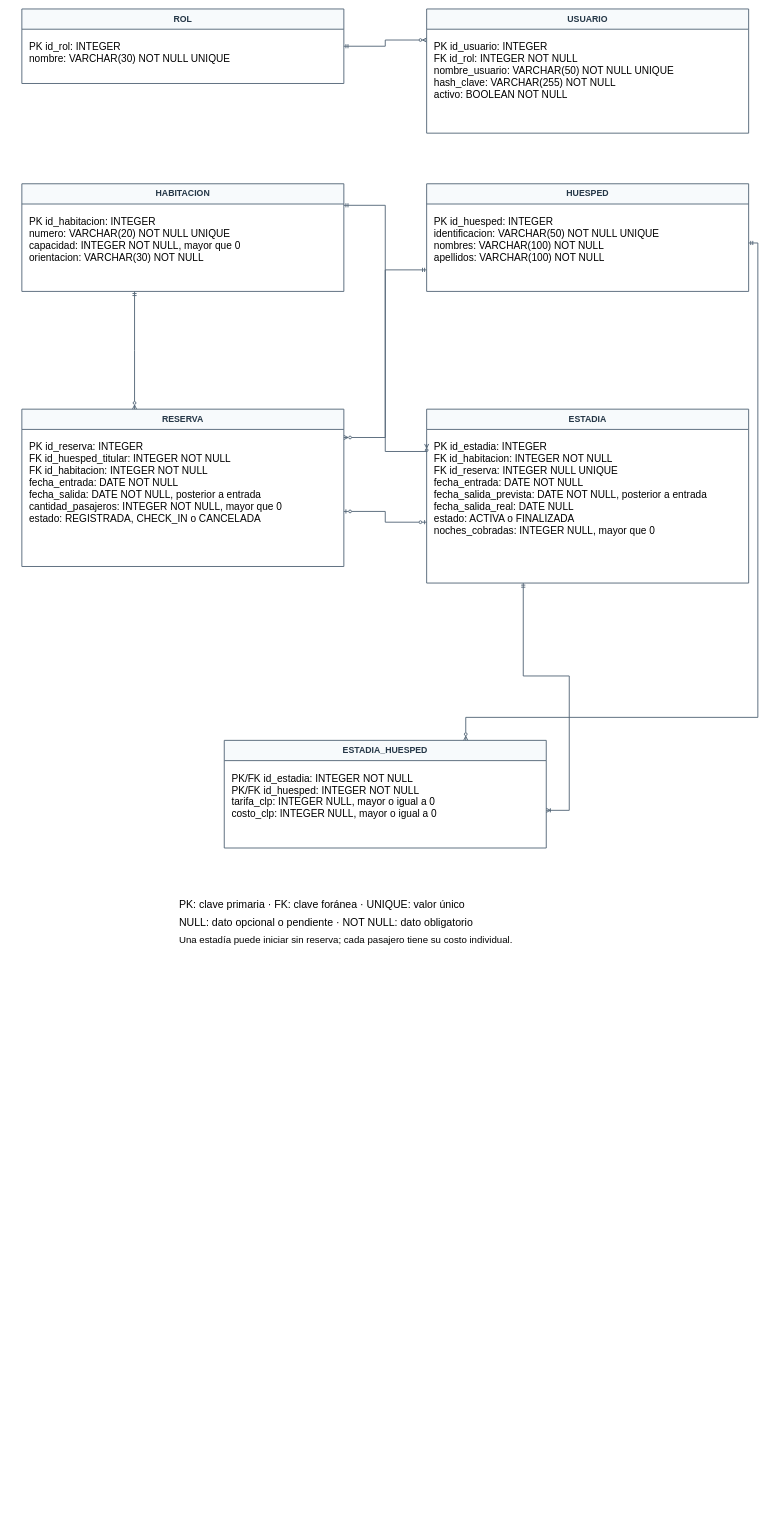
Earlier version of the draw.io diagram diagramas-editables/modelo-de-datos.drawio (Yutre3/hotel-duerme-bien). Source tidied: cells renumbered, new cells numbered last; positions are measured from the earlier drawing's top-left corner, leaving out a move shared by most shapes. Both pictures are drawn from the tidied source at 46%, with x=0, y=0 at pixel (22, 9).
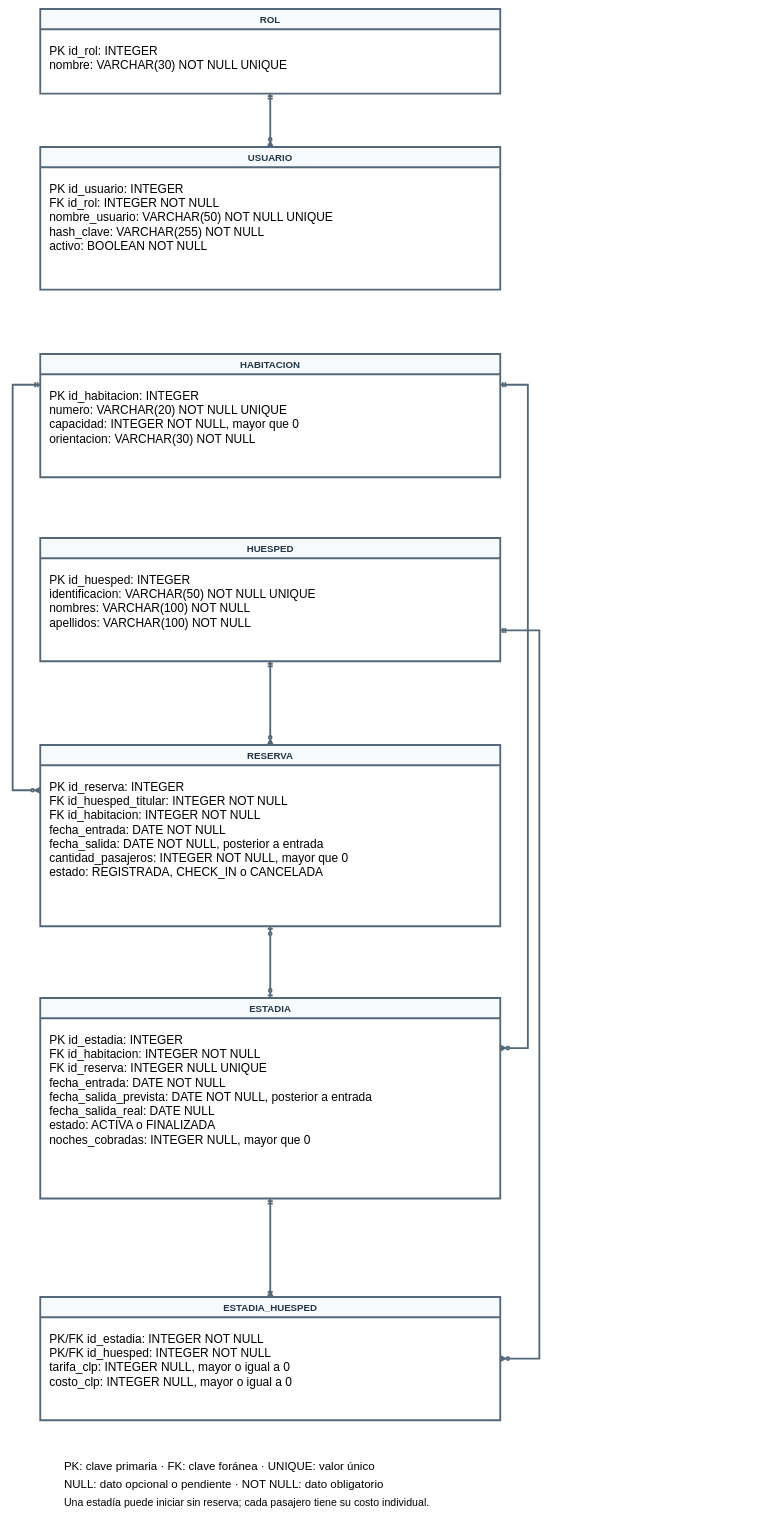
The same page after the edit.

Diff of the diagram source:
```diff
@@
-    <mxCell id="2" value="ROL" style="shape=swimlane;startSize=44;horizontal=1;html=0;whiteSpace=wrap;strokeColor=#546778;strokeWidth=2;fillColor=#f7fafc;fontColor=#253747;fontSize=19;fontStyle=1;" parent="1" vertex="1">
-      <mxGeometry width="700" height="162" as="geometry" />
+    <mxCell id="2" value="ROL" style="shape=swimlane;startSize=44;horizontal=1;html=0;whiteSpace=wrap;strokeColor=#546778;strokeWidth=4;fillColor=#f7fafc;fontColor=#253747;fontSize=21;fontStyle=1;" parent="1" vertex="1">
+      <mxGeometry x="40" width="1000" height="184" as="geometry" />
     </mxCell>
-    <mxCell id="3" value="PK id_rol: INTEGER&#10;nombre: VARCHAR(30) NOT NULL UNIQUE" style="text;html=0;strokeColor=none;fillColor=none;align=left;verticalAlign=top;spacingLeft=14;fontSize=22;" parent="2" vertex="1">
-      <mxGeometry y="62" width="700" height="72" as="geometry" />
+    <mxCell id="3" value="PK id_rol: INTEGER&#10;nombre: VARCHAR(30) NOT NULL UNIQUE" style="text;html=0;strokeColor=none;fillColor=none;align=left;verticalAlign=top;spacingLeft=18;fontSize=26;" parent="2" vertex="1">
+      <mxGeometry y="68" width="1000" height="84" as="geometry" />
     </mxCell>
-    <mxCell id="4" value="USUARIO" style="shape=swimlane;startSize=44;horizontal=1;html=0;whiteSpace=wrap;strokeColor=#546778;strokeWidth=2;fillColor=#f7fafc;fontColor=#253747;fontSize=19;fontStyle=1;" parent="1" vertex="1">
-      <mxGeometry x="880" width="700" height="270" as="geometry" />
+    <mxCell id="4" value="USUARIO" style="shape=swimlane;startSize=44;horizontal=1;html=0;whiteSpace=wrap;strokeColor=#546778;strokeWidth=4;fillColor=#f7fafc;fontColor=#253747;fontSize=21;fontStyle=1;" parent="1" vertex="1">
+      <mxGeometry x="40" y="300" width="1000" height="310" as="geometry" />
     </mxCell>
-    <mxCell id="5" value="PK id_usuario: INTEGER&#10;FK id_rol: INTEGER NOT NULL&#10;nombre_usuario: VARCHAR(50) NOT NULL UNIQUE&#10;hash_clave: VARCHAR(255) NOT NULL&#10;activo: BOOLEAN NOT NULL" style="text;html=0;strokeColor=none;fillColor=none;align=left;verticalAlign=top;spacingLeft=14;fontSize=22;" parent="4" vertex="1">
-      <mxGeometry y="62" width="700" height="180" as="geometry" />
+    <mxCell id="5" value="PK id_usuario: INTEGER&#10;FK id_rol: INTEGER NOT NULL&#10;nombre_usuario: VARCHAR(50) NOT NULL UNIQUE&#10;hash_clave: VARCHAR(255) NOT NULL&#10;activo: BOOLEAN NOT NULL" style="text;html=0;strokeColor=none;fillColor=none;align=left;verticalAlign=top;spacingLeft=18;fontSize=26;" parent="4" vertex="1">
+      <mxGeometry y="68" width="1000" height="210" as="geometry" />
     </mxCell>
-    <mxCell id="6" value="HABITACION" style="shape=swimlane;startSize=44;horizontal=1;html=0;whiteSpace=wrap;strokeColor=#546778;strokeWidth=2;fillColor=#f7fafc;fontColor=#253747;fontSize=19;fontStyle=1;" parent="1" vertex="1">
-      <mxGeometry y="380" width="700" height="234" as="geometry" />
+    <mxCell id="6" value="HABITACION" style="shape=swimlane;startSize=44;horizontal=1;html=0;whiteSpace=wrap;strokeColor=#546778;strokeWidth=4;fillColor=#f7fafc;fontColor=#253747;fontSize=21;fontStyle=1;" parent="1" vertex="1">
+      <mxGeometry x="40" y="750" width="1000" height="268" as="geometry" />
     </mxCell>
-    <mxCell id="7" value="PK id_habitacion: INTEGER&#10;numero: VARCHAR(20) NOT NULL UNIQUE&#10;capacidad: INTEGER NOT NULL, mayor que 0&#10;orientacion: VARCHAR(30) NOT NULL" style="text;html=0;strokeColor=none;fillColor=none;align=left;verticalAlign=top;spacingLeft=14;fontSize=22;" parent="6" vertex="1">
-      <mxGeometry y="62" width="700" height="144" as="geometry" />
+    <mxCell id="7" value="PK id_habitacion: INTEGER&#10;numero: VARCHAR(20) NOT NULL UNIQUE&#10;capacidad: INTEGER NOT NULL, mayor que 0&#10;orientacion: VARCHAR(30) NOT NULL" style="text;html=0;strokeColor=none;fillColor=none;align=left;verticalAlign=top;spacingLeft=18;fontSize=26;" parent="6" vertex="1">
+      <mxGeometry y="68" width="1000" height="168" as="geometry" />
     </mxCell>
-    <mxCell id="8" value="HUESPED" style="shape=swimlane;startSize=44;horizontal=1;html=0;whiteSpace=wrap;strokeColor=#546778;strokeWidth=2;fillColor=#f7fafc;fontColor=#253747;fontSize=19;fontStyle=1;" parent="1" vertex="1">
-      <mxGeometry x="880" y="380" width="700" height="234" as="geometry" />
+    <mxCell id="8" value="HUESPED" style="shape=swimlane;startSize=44;horizontal=1;html=0;whiteSpace=wrap;strokeColor=#546778;strokeWidth=4;fillColor=#f7fafc;fontColor=#253747;fontSize=21;fontStyle=1;" parent="1" vertex="1">
+      <mxGeometry x="40" y="1150" width="1000" height="268" as="geometry" />
     </mxCell>
-    <mxCell id="9" value="PK id_huesped: INTEGER&#10;identificacion: VARCHAR(50) NOT NULL UNIQUE&#10;nombres: VARCHAR(100) NOT NULL&#10;apellidos: VARCHAR(100) NOT NULL" style="text;html=0;strokeColor=none;fillColor=none;align=left;verticalAlign=top;spacingLeft=14;fontSize=22;" parent="8" vertex="1">
-      <mxGeometry y="62" width="700" height="144" as="geometry" />
+    <mxCell id="9" value="PK id_huesped: INTEGER&#10;identificacion: VARCHAR(50) NOT NULL UNIQUE&#10;nombres: VARCHAR(100) NOT NULL&#10;apellidos: VARCHAR(100) NOT NULL" style="text;html=0;strokeColor=none;fillColor=none;align=left;verticalAlign=top;spacingLeft=18;fontSize=26;" parent="8" vertex="1">
+      <mxGeometry y="68" width="1000" height="168" as="geometry" />
     </mxCell>
-    <mxCell id="10" value="RESERVA" style="shape=swimlane;startSize=44;horizontal=1;html=0;whiteSpace=wrap;strokeColor=#546778;strokeWidth=2;fillColor=#f7fafc;fontColor=#253747;fontSize=19;fontStyle=1;" parent="1" vertex="1">
-      <mxGeometry y="870" width="700" height="342" as="geometry" />
+    <mxCell id="10" value="RESERVA" style="shape=swimlane;startSize=44;horizontal=1;html=0;whiteSpace=wrap;strokeColor=#546778;strokeWidth=4;fillColor=#f7fafc;fontColor=#253747;fontSize=21;fontStyle=1;" parent="1" vertex="1">
+      <mxGeometry x="40" y="1600" width="1000" height="394" as="geometry" />
     </mxCell>
-    <mxCell id="11" value="PK id_reserva: INTEGER&#10;FK id_huesped_titular: INTEGER NOT NULL&#10;FK id_habitacion: INTEGER NOT NULL&#10;fecha_entrada: DATE NOT NULL&#10;fecha_salida: DATE NOT NULL, posterior a entrada&#10;cantidad_pasajeros: INTEGER NOT NULL, mayor que 0&#10;estado: REGISTRADA, CHECK_IN o CANCELADA" style="text;html=0;strokeColor=none;fillColor=none;align=left;verticalAlign=top;spacingLeft=14;fontSize=22;" parent="10" vertex="1">
-      <mxGeometry y="62" width="700" height="252" as="geometry" />
+    <mxCell id="11" value="PK id_reserva: INTEGER&#10;FK id_huesped_titular: INTEGER NOT NULL&#10;FK id_habitacion: INTEGER NOT NULL&#10;fecha_entrada: DATE NOT NULL&#10;fecha_salida: DATE NOT NULL, posterior a entrada&#10;cantidad_pasajeros: INTEGER NOT NULL, mayor que 0&#10;estado: REGISTRADA, CHECK_IN o CANCELADA" style="text;html=0;strokeColor=none;fillColor=none;align=left;verticalAlign=top;spacingLeft=18;fontSize=26;" parent="10" vertex="1">
+      <mxGeometry y="68" width="1000" height="294" as="geometry" />
     </mxCell>
-    <mxCell id="12" value="ESTADIA" style="shape=swimlane;startSize=44;horizontal=1;html=0;whiteSpace=wrap;strokeColor=#546778;strokeWidth=2;fillColor=#f7fafc;fontColor=#253747;fontSize=19;fontStyle=1;" parent="1" vertex="1">
-      <mxGeometry x="880" y="870" width="700" height="378" as="geometry" />
+    <mxCell id="12" value="ESTADIA" style="shape=swimlane;startSize=44;horizontal=1;html=0;whiteSpace=wrap;strokeColor=#546778;strokeWidth=4;fillColor=#f7fafc;fontColor=#253747;fontSize=21;fontStyle=1;" parent="1" vertex="1">
+      <mxGeometry x="40" y="2150" width="1000" height="436" as="geometry" />
     </mxCell>
-    <mxCell id="13" value="PK id_estadia: INTEGER&#10;FK id_habitacion: INTEGER NOT NULL&#10;FK id_reserva: INTEGER NULL UNIQUE&#10;fecha_entrada: DATE NOT NULL&#10;fecha_salida_prevista: DATE NOT NULL, posterior a entrada&#10;fecha_salida_real: DATE NULL&#10;estado: ACTIVA o FINALIZADA&#10;noches_cobradas: INTEGER NULL, mayor que 0" style="text;html=0;strokeColor=none;fillColor=none;align=left;verticalAlign=top;spacingLeft=14;fontSize=22;" parent="12" vertex="1">
-      <mxGeometry y="62" width="700" height="288" as="geometry" />
+    <mxCell id="13" value="PK id_estadia: INTEGER&#10;FK id_habitacion: INTEGER NOT NULL&#10;FK id_reserva: INTEGER NULL UNIQUE&#10;fecha_entrada: DATE NOT NULL&#10;fecha_salida_prevista: DATE NOT NULL, posterior a entrada&#10;fecha_salida_real: DATE NULL&#10;estado: ACTIVA o FINALIZADA&#10;noches_cobradas: INTEGER NULL, mayor que 0" style="text;html=0;strokeColor=none;fillColor=none;align=left;verticalAlign=top;spacingLeft=18;fontSize=26;" parent="12" vertex="1">
+      <mxGeometry y="68" width="1000" height="336" as="geometry" />
     </mxCell>
-    <mxCell id="14" value="ESTADIA_HUESPED" style="shape=swimlane;startSize=44;horizontal=1;html=0;whiteSpace=wrap;strokeColor=#546778;strokeWidth=2;fillColor=#f7fafc;fontColor=#253747;fontSize=19;fontStyle=1;" parent="1" vertex="1">
-      <mxGeometry x="440" y="1590" width="700" height="234" as="geometry" />
+    <mxCell id="14" value="ESTADIA_HUESPED" style="shape=swimlane;startSize=44;horizontal=1;html=0;whiteSpace=wrap;strokeColor=#546778;strokeWidth=4;fillColor=#f7fafc;fontColor=#253747;fontSize=21;fontStyle=1;" parent="1" vertex="1">
+      <mxGeometry x="40" y="2800" width="1000" height="268" as="geometry" />
     </mxCell>
-    <mxCell id="15" value="PK/FK id_estadia: INTEGER NOT NULL&#10;PK/FK id_huesped: INTEGER NOT NULL&#10;tarifa_clp: INTEGER NULL, mayor o igual a 0&#10;costo_clp: INTEGER NULL, mayor o igual a 0" style="text;html=0;strokeColor=none;fillColor=none;align=left;verticalAlign=top;spacingLeft=14;fontSize=22;" parent="14" vertex="1">
-      <mxGeometry y="62" width="700" height="144" as="geometry" />
+    <mxCell id="15" value="PK/FK id_estadia: INTEGER NOT NULL&#10;PK/FK id_huesped: INTEGER NOT NULL&#10;tarifa_clp: INTEGER NULL, mayor o igual a 0&#10;costo_clp: INTEGER NULL, mayor o igual a 0" style="text;html=0;strokeColor=none;fillColor=none;align=left;verticalAlign=top;spacingLeft=18;fontSize=26;" parent="14" vertex="1">
+      <mxGeometry y="68" width="1000" height="168" as="geometry" />
     </mxCell>
-    <mxCell id="16" style="html=0;edgeStyle=orthogonalEdgeStyle;jettySize=24;rounded=0;strokeWidth=2;strokeColor=#546778;fontSize=16;endArrow=ERzeroToMany;endFill=0;startArrow=ERmandOne;startFill=0;exitX=1;exitY=0.5;exitPerimeter=0;entryX=0;entryY=0.25;entryPerimeter=0;" parent="1" edge="1" source="2" target="4">
+    <mxCell id="16" style="html=0;edgeStyle=orthogonalEdgeStyle;jettySize=32;rounded=0;strokeWidth=4;strokeColor=#546778;fontSize=22;fontStyle=1;endArrow=ERzeroToMany;endFill=0;startArrow=ERmandOne;startFill=0;exitX=0.5;exitY=1;exitPerimeter=0;entryX=0.5;entryY=0;entryPerimeter=0;" parent="1" edge="1" source="2" target="4">
       <mxGeometry relative="1" as="geometry" />
     </mxCell>
-    <mxCell id="17" style="html=0;edgeStyle=orthogonalEdgeStyle;jettySize=24;rounded=0;strokeWidth=2;strokeColor=#546778;fontSize=16;endArrow=ERzeroToMany;endFill=0;startArrow=ERmandOne;startFill=0;exitX=0.35;exitY=1;exitPerimeter=0;entryX=0.35;entryY=0;entryPerimeter=0;" parent="1" edge="1" source="6" target="10">
-      <mxGeometry relative="1" as="geometry" />
+    <mxCell id="17" style="html=0;edgeStyle=orthogonalEdgeStyle;jettySize=32;rounded=0;strokeWidth=4;strokeColor=#546778;fontSize=22;fontStyle=1;endArrow=ERzeroToMany;endFill=0;startArrow=ERmandOne;startFill=0;exitX=0;exitY=0.25;exitPerimeter=0;entryX=0;entryY=0.25;entryPerimeter=0;" parent="1" edge="1" source="6" target="10">
+      <mxGeometry relative="1" as="geometry">
+        <Array as="points">
+          <mxPoint x="-20" y="817" />
+          <mxPoint x="-20" y="1698.5" />
+        </Array>
+      </mxGeometry>
     </mxCell>
-    <mxCell id="18" style="html=0;edgeStyle=orthogonalEdgeStyle;jettySize=24;rounded=0;strokeWidth=2;strokeColor=#546778;fontSize=16;endArrow=ERzeroToMany;endFill=0;startArrow=ERmandOne;startFill=0;exitX=1;exitY=0.2;exitPerimeter=0;entryX=0;entryY=0.2;entryPerimeter=0;" parent="1" edge="1" source="6" target="12">
+    <mxCell id="18" style="html=0;edgeStyle=orthogonalEdgeStyle;jettySize=32;rounded=0;strokeWidth=4;strokeColor=#546778;fontSize=22;fontStyle=1;endArrow=ERzeroToMany;endFill=0;startArrow=ERmandOne;startFill=0;exitX=1;exitY=0.25;exitPerimeter=0;entryX=1;entryY=0.25;entryPerimeter=0;" parent="1" edge="1" source="6" target="12">
       <mxGeometry relative="1" as="geometry">
         <Array as="points">
-          <mxPoint x="790" y="427" />
-          <mxPoint x="790" y="962" />
+          <mxPoint x="1100" y="817" />
+          <mxPoint x="1100" y="2259" />
         </Array>
       </mxGeometry>
     </mxCell>
-    <mxCell id="19" style="html=0;edgeStyle=orthogonalEdgeStyle;jettySize=24;rounded=0;strokeWidth=2;strokeColor=#546778;fontSize=16;endArrow=ERzeroToMany;endFill=0;startArrow=ERmandOne;startFill=0;exitX=0;exitY=0.8;exitPerimeter=0;entryX=1;entryY=0.18;entryPerimeter=0;" parent="1" edge="1" source="8" target="10">
-      <mxGeometry relative="1" as="geometry">
-        <Array as="points">
-          <mxPoint x="790" y="567" />
-          <mxPoint x="790" y="932" />
-        </Array>
-      </mxGeometry>
+    <mxCell id="19" style="html=0;edgeStyle=orthogonalEdgeStyle;jettySize=32;rounded=0;strokeWidth=4;strokeColor=#546778;fontSize=22;fontStyle=1;endArrow=ERzeroToMany;endFill=0;startArrow=ERmandOne;startFill=0;exitX=0.5;exitY=1;exitPerimeter=0;entryX=0.5;entryY=0;entryPerimeter=0;" parent="1" edge="1" source="8" target="10">
+      <mxGeometry relative="1" as="geometry" />
     </mxCell>
-    <mxCell id="20" style="html=0;edgeStyle=orthogonalEdgeStyle;jettySize=24;rounded=0;strokeWidth=2;strokeColor=#546778;fontSize=16;endArrow=ERzeroToOne;endFill=0;startArrow=ERzeroToOne;startFill=0;exitX=1;exitY=0.65;exitPerimeter=0;entryX=0;entryY=0.65;entryPerimeter=0;" parent="1" edge="1" source="10" target="12">
+    <mxCell id="20" style="html=0;edgeStyle=orthogonalEdgeStyle;jettySize=32;rounded=0;strokeWidth=4;strokeColor=#546778;fontSize=22;fontStyle=1;endArrow=ERzeroToOne;endFill=0;startArrow=ERzeroToOne;startFill=0;exitX=0.5;exitY=1;exitPerimeter=0;entryX=0.5;entryY=0;entryPerimeter=0;" parent="1" edge="1" source="10" target="12">
       <mxGeometry relative="1" as="geometry" />
     </mxCell>
-    <mxCell id="21" style="html=0;edgeStyle=orthogonalEdgeStyle;jettySize=24;rounded=0;strokeWidth=2;strokeColor=#546778;fontSize=16;endArrow=ERoneToMany;endFill=0;startArrow=ERmandOne;startFill=0;exitX=0.3;exitY=1;exitPerimeter=0;entryX=1;entryY=0.65;entryPerimeter=0;" parent="1" edge="1" source="12" target="14">
-      <mxGeometry relative="1" as="geometry">
-        <Array as="points">
-          <mxPoint x="1090" y="1450" />
-          <mxPoint x="1190" y="1450" />
-          <mxPoint x="1190" y="1742" />
-        </Array>
-      </mxGeometry>
+    <mxCell id="21" style="html=0;edgeStyle=orthogonalEdgeStyle;jettySize=32;rounded=0;strokeWidth=4;strokeColor=#546778;fontSize=22;fontStyle=1;endArrow=ERoneToMany;endFill=0;startArrow=ERmandOne;startFill=0;exitX=0.5;exitY=1;exitPerimeter=0;entryX=0.5;entryY=0;entryPerimeter=0;" parent="1" edge="1" source="12" target="14">
+      <mxGeometry relative="1" as="geometry" />
     </mxCell>
-    <mxCell id="22" style="html=0;edgeStyle=orthogonalEdgeStyle;jettySize=24;rounded=0;strokeWidth=2;strokeColor=#546778;fontSize=16;endArrow=ERzeroToMany;endFill=0;startArrow=ERmandOne;startFill=0;exitX=1;exitY=0.55;exitPerimeter=0;entryX=0.75;entryY=0;entryPerimeter=0;" parent="1" edge="1" source="8" target="14">
+    <mxCell id="22" style="html=0;edgeStyle=orthogonalEdgeStyle;jettySize=32;rounded=0;strokeWidth=4;strokeColor=#546778;fontSize=22;fontStyle=1;endArrow=ERzeroToMany;endFill=0;startArrow=ERmandOne;startFill=0;exitX=1;exitY=0.75;exitPerimeter=0;entryX=1;entryY=0.5;entryPerimeter=0;" parent="1" edge="1" source="8" target="14">
       <mxGeometry relative="1" as="geometry">
         <Array as="points">
-          <mxPoint x="1600" y="509" />
-          <mxPoint x="1600" y="1540" />
-          <mxPoint x="965" y="1540" />
+          <mxPoint x="1125" y="1351" />
+          <mxPoint x="1125" y="2934" />
         </Array>
       </mxGeometry>
     </mxCell>
-    <mxCell id="23" value="PK: clave primaria   ·   FK: clave foránea   ·   UNIQUE: valor único" style="text;html=0;strokeColor=none;fillColor=none;fontSize=23;" parent="1" vertex="1">
-      <mxGeometry x="340" y="1925" width="900" height="35" as="geometry" />
+    <mxCell id="23" value="PK: clave primaria   ·   FK: clave foránea   ·   UNIQUE: valor único" style="text;html=0;strokeColor=none;fillColor=none;fontSize=25;" parent="1" vertex="1">
+      <mxGeometry x="90" y="3145" width="900" height="35" as="geometry" />
     </mxCell>
-    <mxCell id="24" value="NULL: dato opcional o pendiente   ·   NOT NULL: dato obligatorio" style="text;html=0;strokeColor=none;fillColor=none;fontSize=23;" parent="1" vertex="1">
-      <mxGeometry x="340" y="1965" width="900" height="35" as="geometry" />
+    <mxCell id="24" value="NULL: dato opcional o pendiente   ·   NOT NULL: dato obligatorio" style="text;html=0;strokeColor=none;fillColor=none;fontSize=25;" parent="1" vertex="1">
+      <mxGeometry x="90" y="3185" width="900" height="35" as="geometry" />
     </mxCell>
-    <mxCell id="25" value="Una estadía puede iniciar sin reserva; cada pasajero tiene su costo individual." style="text;html=0;strokeColor=none;fillColor=none;fontSize=21;" parent="1" vertex="1">
-      <mxGeometry x="340" y="2005" width="900" height="35" as="geometry" />
+    <mxCell id="25" value="Una estadía puede iniciar sin reserva; cada pasajero tiene su costo individual." style="text;html=0;strokeColor=none;fillColor=none;fontSize=23;" parent="1" vertex="1">
+      <mxGeometry x="90" y="3225" width="900" height="35" as="geometry" />
     </mxCell>
```
